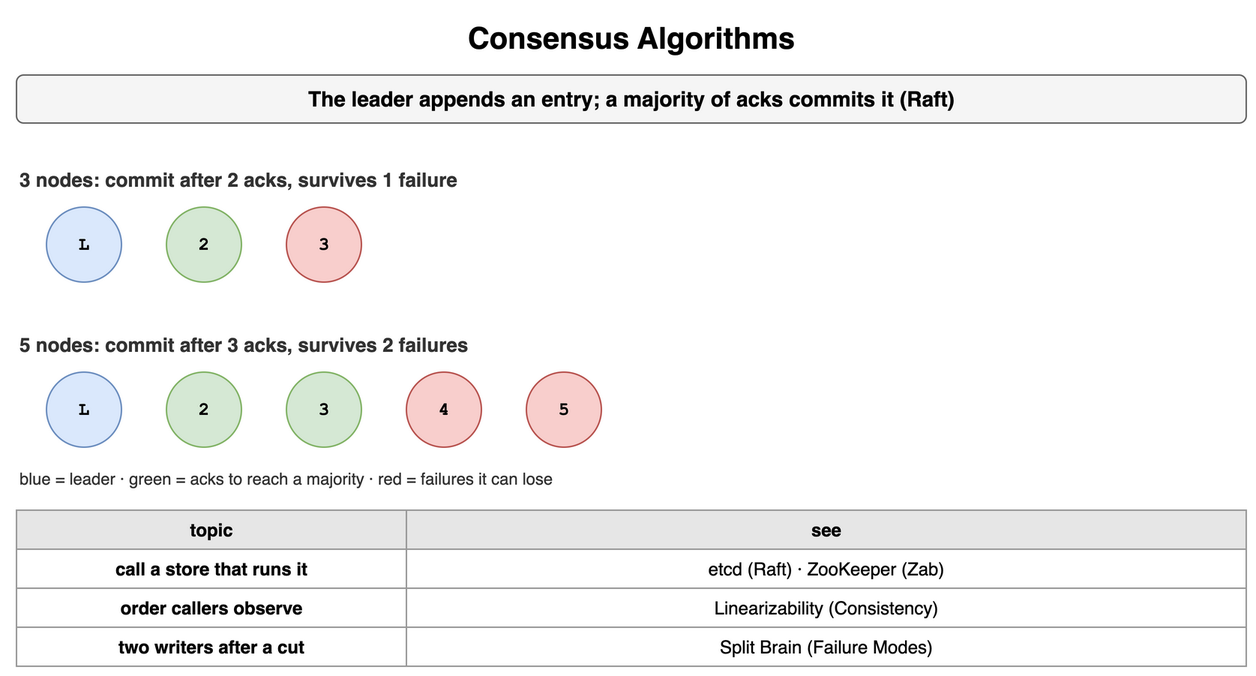
The draw.io diagram content/09_System_Design_Interview/16_Transactions_and_Concurrency_Control/diagrams/transactions-6-consensus-algorithms.png in amendez13/swe-study-guide, before a commit. Source tidied: cells renumbered, new cells last; positions are measured from the earlier drawing's top-left corner, leaving out a move shared by most shapes.
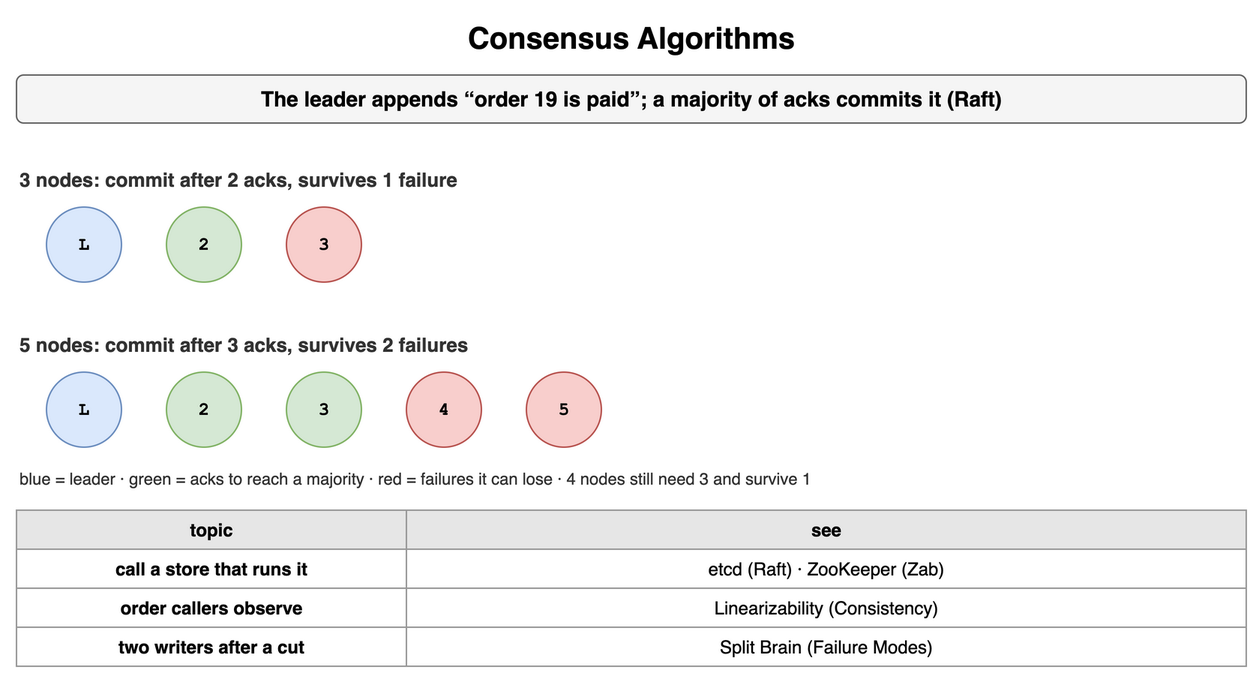
Above is the later version.

Diff of the diagram source:
```diff
@@ -5,7 +5,7 @@
     <mxCell id="2" value="Consensus Algorithms" style="text;html=1;align=center;verticalAlign=middle;whiteSpace=wrap;fontSize=20;fontStyle=1;" parent="1" vertex="1">
       <mxGeometry width="820" height="30" as="geometry" />
     </mxCell>
-    <mxCell id="3" value="The leader appends an entry; a majority of acks commits it (Raft)" style="rounded=1;whiteSpace=wrap;html=1;fillColor=#f5f5f5;strokeColor=#666666;fontStyle=1;fontSize=14;" parent="1" vertex="1">
+    <mxCell id="3" value="The leader appends “order 19 is paid”; a majority of acks commits it (Raft)" style="rounded=1;whiteSpace=wrap;html=1;fillColor=#f5f5f5;strokeColor=#666666;fontStyle=1;fontSize=14;" parent="1" vertex="1">
       <mxGeometry y="40" width="820" height="32" as="geometry" />
     </mxCell>
     <mxCell id="4" value="3 nodes: commit after 2 acks, survives 1 failure" style="text;html=1;whiteSpace=wrap;fontSize=11;align=left;verticalAlign=middle;fontSize=13;fontColor=#333333;fontStyle=1;" parent="1" vertex="1">
@@ -38,7 +38,7 @@
     <mxCell id="13" value="5" style="ellipse;whiteSpace=wrap;html=1;fontStyle=1;fontSize=12;fontFamily=Courier New;fillColor=#f8cecc;strokeColor=#b85450;" parent="1" vertex="1">
       <mxGeometry x="340" y="238" width="50" height="50" as="geometry" />
     </mxCell>
-    <mxCell id="14" value="blue = leader · green = acks to reach a majority · red = failures it can lose" style="text;html=1;whiteSpace=wrap;fontSize=11;align=left;verticalAlign=middle;fontSize=11;fontColor=#333333;" parent="1" vertex="1">
+    <mxCell id="14" value="blue = leader · green = acks to reach a majority · red = failures it can lose · 4 nodes still need 3 and survive 1" style="text;html=1;whiteSpace=wrap;fontSize=11;align=left;verticalAlign=middle;fontSize=11;fontColor=#333333;" parent="1" vertex="1">
       <mxGeometry y="300" width="820" height="18" as="geometry" />
     </mxCell>
     <mxCell id="15" value="topic" style="whiteSpace=wrap;html=1;fillColor=#e6e6e6;strokeColor=#999999;fontStyle=1;fontSize=12;" parent="1" vertex="1">
```
